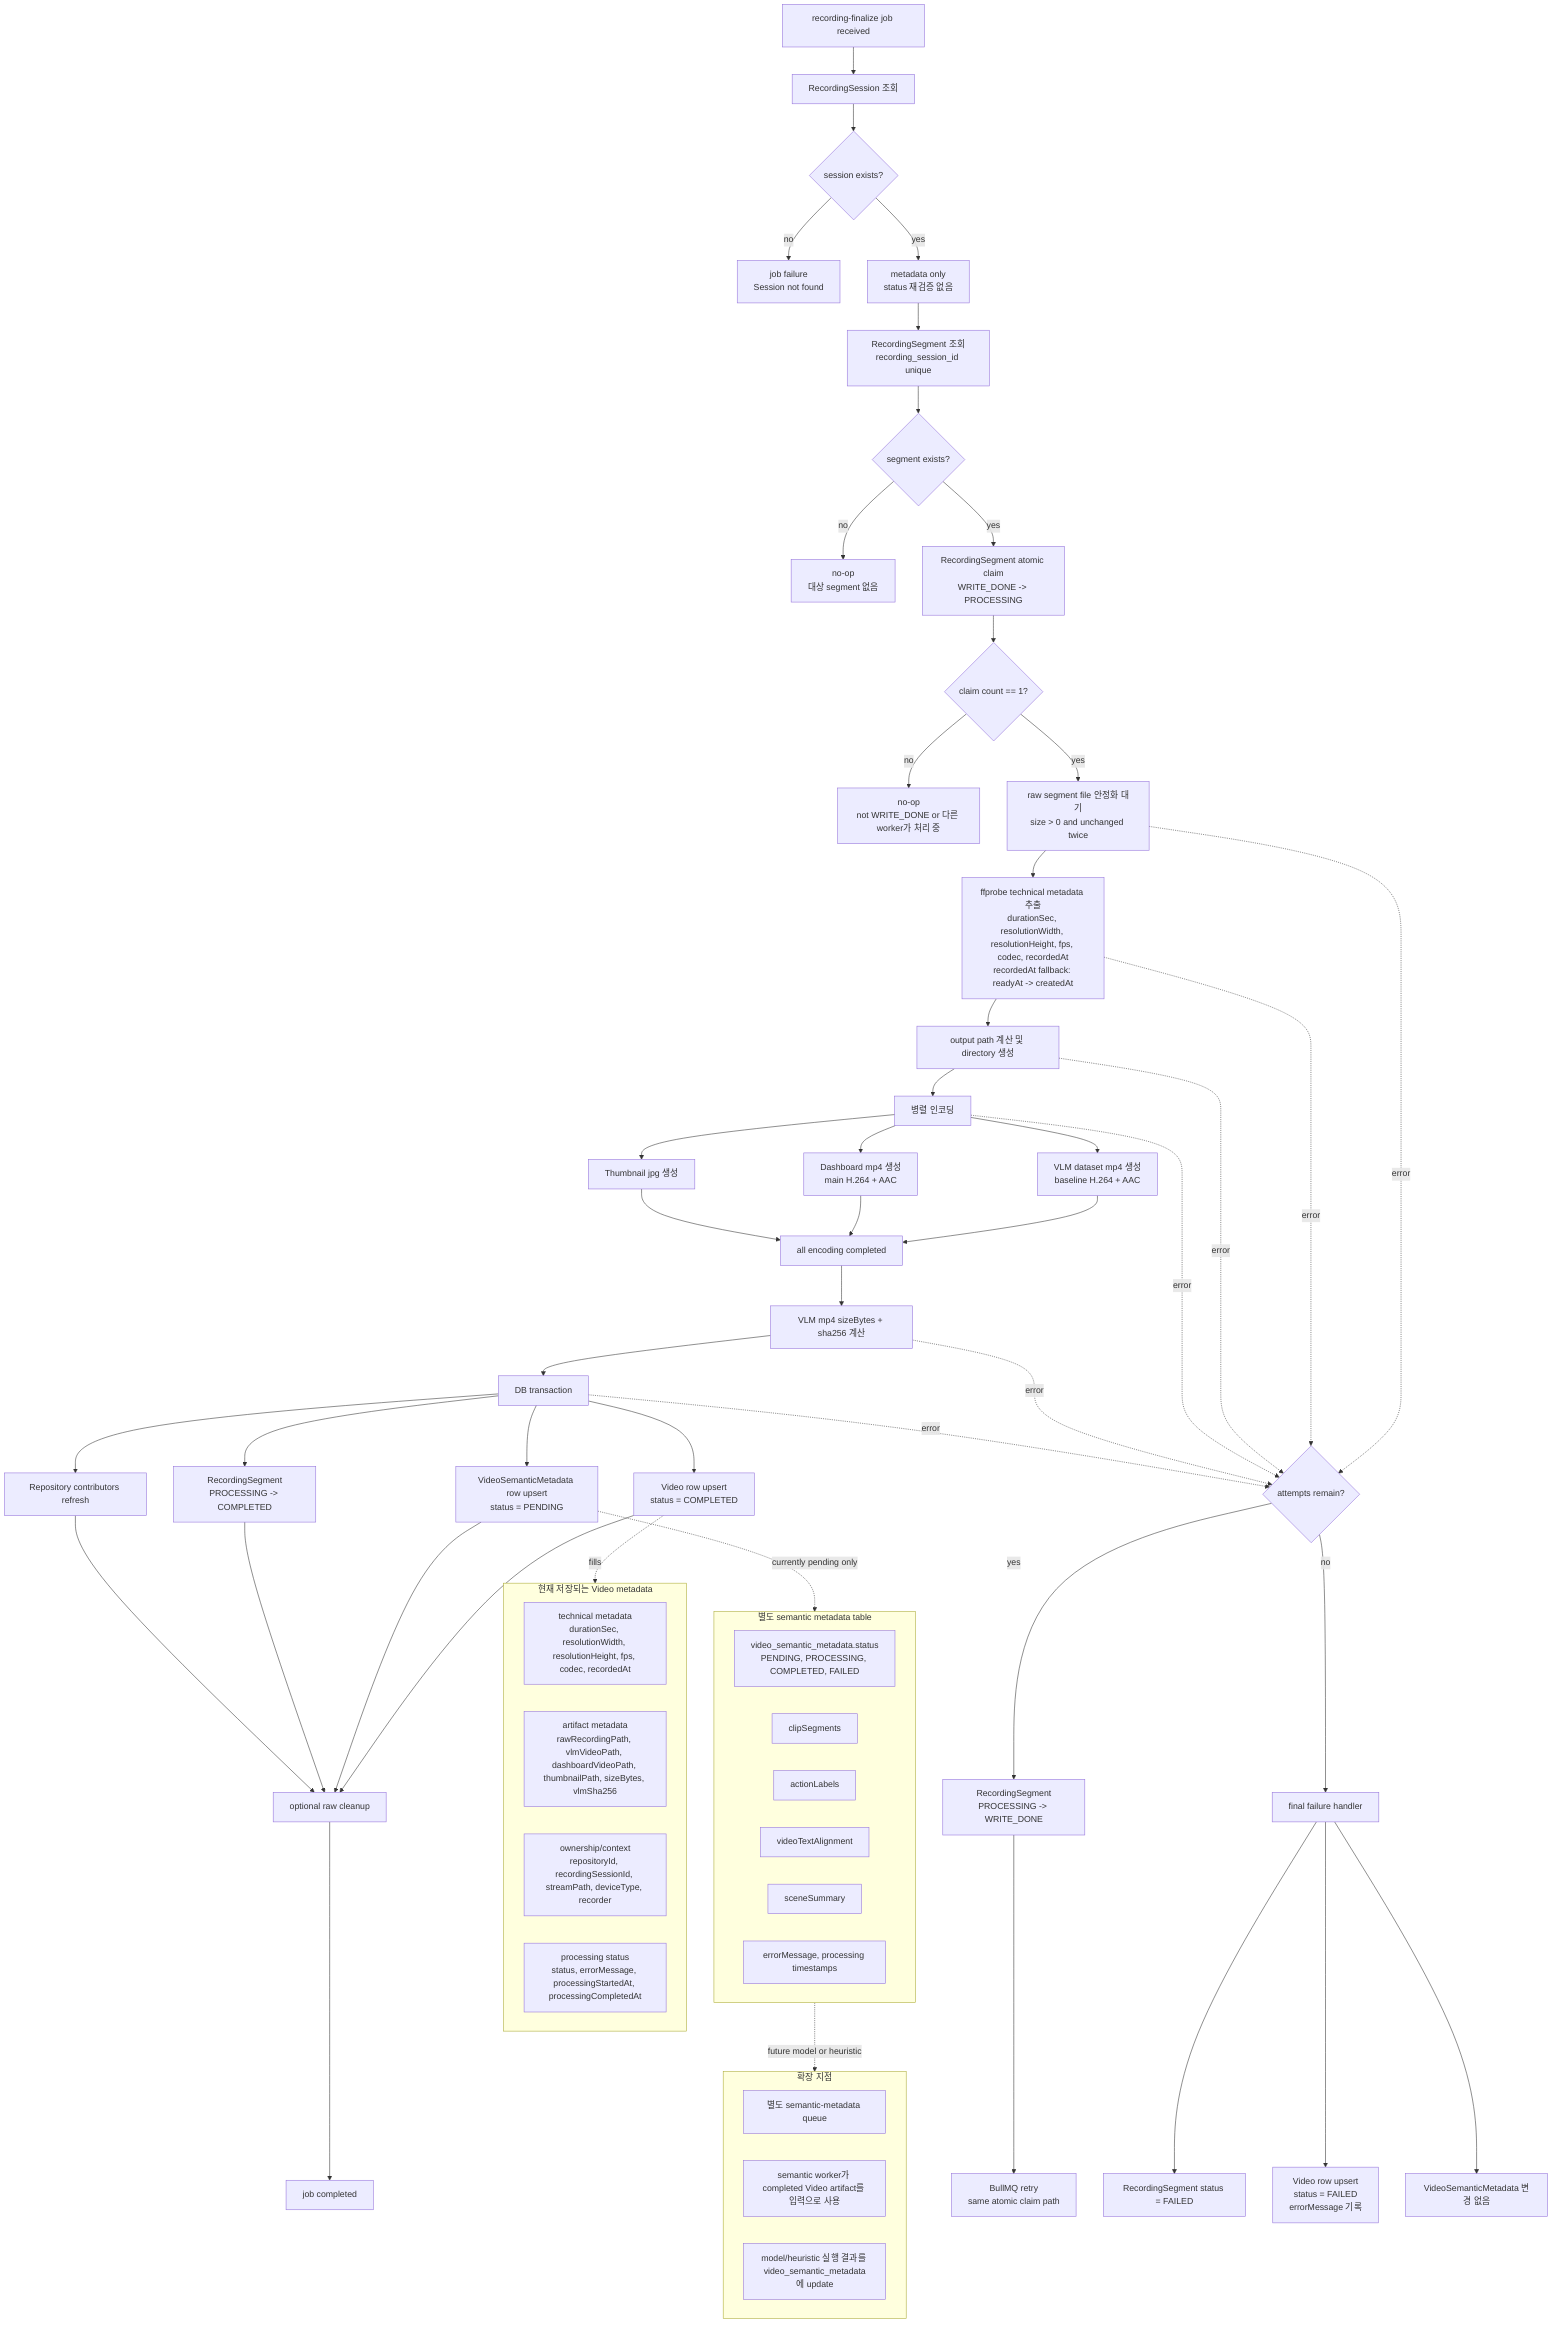
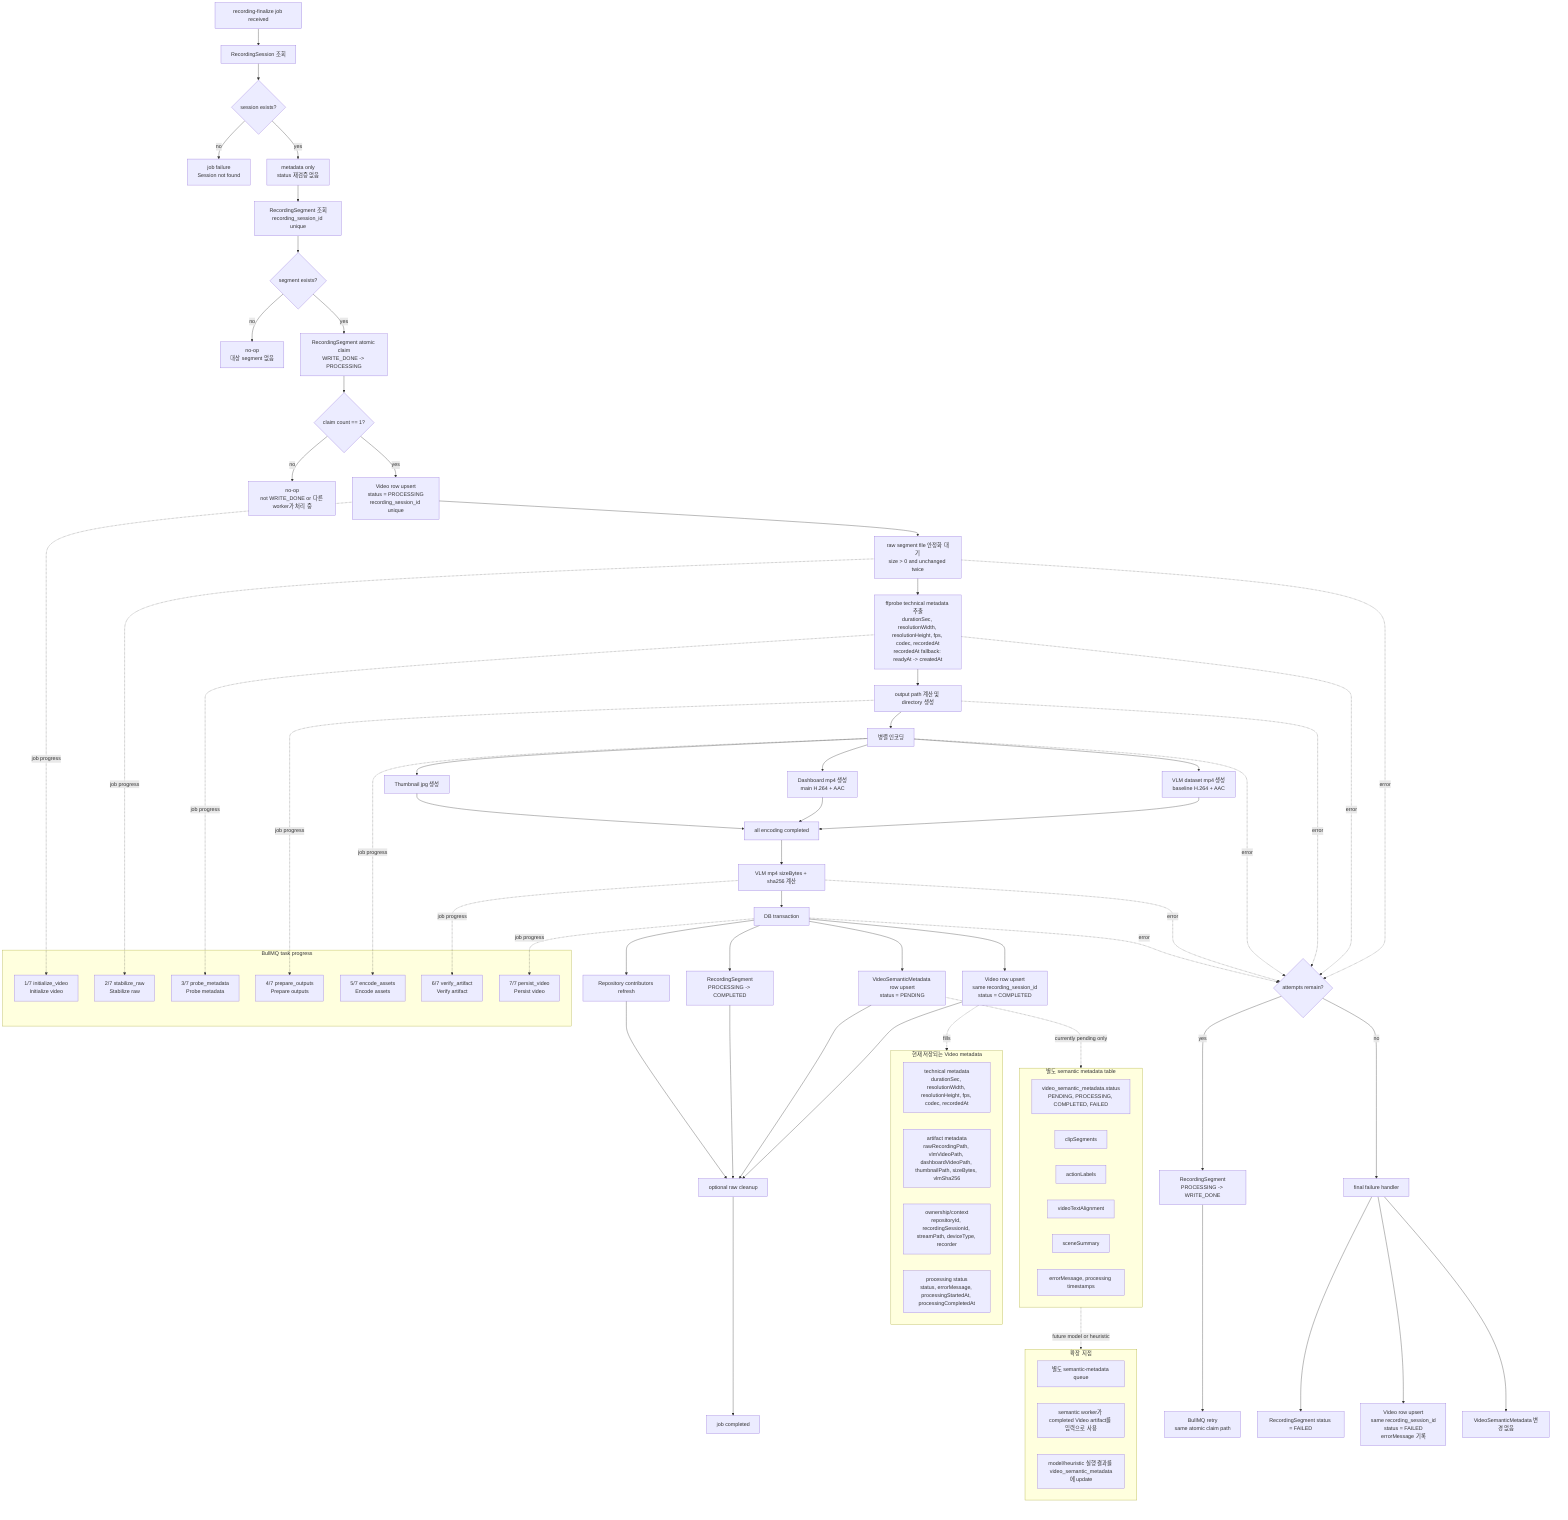
flowchart TD
  Start["recording-finalize job received"] --> SessionCheck["RecordingSession 조회"]
  SessionCheck --> SessionExists{"session exists?"}
  SessionExists -- "no" --> SessionFailure["job failure<br/>Session not found"]
  SessionExists -- "yes" --> SessionNote["metadata only<br/>status 재검증 없음"]
  SessionNote --> SegmentLookup["RecordingSegment 조회<br/>recording_session_id unique"]

  SegmentLookup --> SegmentExists{"segment exists?"}
  SegmentExists -- "no" --> NoopSegment["no-op<br/>대상 segment 없음"]
  SegmentExists -- "yes" --> Claim["RecordingSegment atomic claim<br/>WRITE_DONE -> PROCESSING"]

  Claim --> ClaimOk{"claim count == 1?"}
  ClaimOk -- "no" --> NoopClaim["no-op<br/>not WRITE_DONE or 다른 worker가 처리 중"]
-   ClaimOk -- "yes" --> RawStable["raw segment file 안정화 대기<br/>size > 0 and unchanged twice"]
+   ClaimOk -- "yes" --> ProcessingVideo["Video row upsert<br/>status = PROCESSING<br/>recording_session_id unique"]
+   ProcessingVideo --> RawStable["raw segment file 안정화 대기<br/>size > 0 and unchanged twice"]

  RawStable --> TechnicalProbe["ffprobe technical metadata 추출<br/>durationSec, resolutionWidth, resolutionHeight, fps, codec, recordedAt<br/>recordedAt fallback: readyAt -> createdAt"]
  TechnicalProbe --> OutputPaths["output path 계산 및 directory 생성"]
  OutputPaths --> ParallelEncode["병렬 인코딩"]

  ParallelEncode --> VlmMp4["VLM dataset mp4 생성<br/>baseline H.264 + AAC"]
  ParallelEncode --> DashboardMp4["Dashboard mp4 생성<br/>main H.264 + AAC"]
  ParallelEncode --> Thumbnail["Thumbnail jpg 생성"]

  VlmMp4 --> EncodingDone["all encoding completed"]
  DashboardMp4 --> EncodingDone
  Thumbnail --> EncodingDone
  EncodingDone --> Digest["VLM mp4 sizeBytes + sha256 계산"]
  Digest --> Persist["DB transaction"]

-   Persist --> VideoCreate["Video row upsert<br/>status = COMPLETED"]
+   Persist --> VideoCreate["Video row upsert<br/>same recording_session_id<br/>status = COMPLETED"]
  Persist --> SemanticPending["VideoSemanticMetadata row upsert<br/>status = PENDING"]
  Persist --> SegmentComplete["RecordingSegment<br/>PROCESSING -> COMPLETED"]
  Persist --> Contributors["Repository contributors refresh"]
  VideoCreate --> OptionalRawCleanup["optional raw cleanup"]
  SemanticPending --> OptionalRawCleanup
  SegmentComplete --> OptionalRawCleanup
  Contributors --> OptionalRawCleanup
  OptionalRawCleanup --> Done["job completed"]

  RawStable -. "error" .-> RetryDecision
  TechnicalProbe -. "error" .-> RetryDecision
  OutputPaths -. "error" .-> RetryDecision
  ParallelEncode -. "error" .-> RetryDecision
  Digest -. "error" .-> RetryDecision
  Persist -. "error" .-> RetryDecision

  RetryDecision{"attempts remain?"}
  RetryDecision -- "yes" --> Reset["RecordingSegment<br/>PROCESSING -> WRITE_DONE"]
  Reset --> QueueRetry["BullMQ retry<br/>same atomic claim path"]
  RetryDecision -- "no" --> FinalFailure["final failure handler"]
  FinalFailure --> SegmentFailed["RecordingSegment status = FAILED"]
-   FinalFailure --> FailedVideo["Video row upsert<br/>status = FAILED<br/>errorMessage 기록"]
+   FinalFailure --> FailedVideo["Video row upsert<br/>same recording_session_id<br/>status = FAILED<br/>errorMessage 기록"]
  FinalFailure --> SemanticUntouched["VideoSemanticMetadata 변경 없음"]
+ 
+   subgraph TaskProgress["BullMQ task progress"]
+     P1["1/7 initialize_video<br/>Initialize video"]
+     P2["2/7 stabilize_raw<br/>Stabilize raw"]
+     P3["3/7 probe_metadata<br/>Probe metadata"]
+     P4["4/7 prepare_outputs<br/>Prepare outputs"]
+     P5["5/7 encode_assets<br/>Encode assets"]
+     P6["6/7 verify_artifact<br/>Verify artifact"]
+     P7["7/7 persist_video<br/>Persist video"]
+   end
+ 
+   ProcessingVideo -. "job progress" .-> P1
+   RawStable -. "job progress" .-> P2
+   TechnicalProbe -. "job progress" .-> P3
+   OutputPaths -. "job progress" .-> P4
+   ParallelEncode -. "job progress" .-> P5
+   Digest -. "job progress" .-> P6
+   Persist -. "job progress" .-> P7

  subgraph CurrentMetadata["현재 저장되는 Video metadata"]
    M1["technical metadata<br/>durationSec, resolutionWidth, resolutionHeight, fps, codec, recordedAt"]
    M2["artifact metadata<br/>rawRecordingPath, vlmVideoPath, dashboardVideoPath, thumbnailPath, sizeBytes, vlmSha256"]
    M3["ownership/context<br/>repositoryId, recordingSessionId, streamPath, deviceType, recorder"]
    M4["processing status<br/>status, errorMessage, processingStartedAt, processingCompletedAt"]
  end

  subgraph SemanticTable["별도 semantic metadata table"]
    N0["video_semantic_metadata.status<br/>PENDING, PROCESSING, COMPLETED, FAILED"]
    N1["clipSegments"]
    N2["actionLabels"]
    N3["videoTextAlignment"]
    N4["sceneSummary"]
    N5["errorMessage, processing timestamps"]
  end

  VideoCreate -. "fills" .-> CurrentMetadata
  SemanticPending -. "currently pending only" .-> SemanticTable

  subgraph ExtensionPoint["확장 지점"]
    E1["별도 semantic-metadata queue"]
    E2["semantic worker가 completed Video artifact를 입력으로 사용"]
    E3["model/heuristic 실행 결과를 video_semantic_metadata에 update"]
  end

  SemanticTable -. "future model or heuristic" .-> ExtensionPoint

%% 참고:
%% 이 문서는 현재 worker processing의 실제 구현 상태를 정리한다.
%% finalize queue option은 attempts=3, exponential backoff delay=5000ms,
%% removeOnComplete=1000, removeOnFail=2000이다.
%% worker는 session row 존재만 확인하고 status는 재검증하지 않는다.
+ %% worker가 WRITE_DONE -> PROCESSING claim에 성공하면 expensive processing 전에
+ %% Video row를 PROCESSING으로 upsert한다. 이 row가 repository detail의 processing item으로 노출된다.
+ %% processing_progress는 DB column이 아니라 BullMQ job.progress 값이다.
+ %% API shape: { current_step, total_steps, task, label }.
+ %% retry가 발생해도 같은 recording_session_id unique key를 사용하므로 같은 Video row가 PROCESSING으로 재사용된다.
%% 현재 recording-finalize worker는 VLM 연구용 mp4 파일은 생성하지만,
%% VLM/semantic metadata를 생성하거나 모델을 호출하지 않는다.
- %% 현재 Video.status=COMPLETED는 playable/generated artifacts 생성 완료를 의미한다.
+ %% 현재 Video.status=PROCESSING은 generated artifacts 생성 중,
+ %% COMPLETED는 playable/generated artifacts 생성 완료를 의미한다.
%% semantic metadata 완성 여부를 의미하지 않는다.
%% 현재 worker가 채우는 metadata는 ffprobe 기반 technical metadata,
%% artifact path, VLM mp4 size/checksum, recorder/context, processing timestamps다.
%% semantic metadata는 videos table이 아니라 video_semantic_metadata table에서 관리한다.
%% finalize 성공 시 semantic metadata row는 PENDING으로 준비되며,
%% clipSegments, actionLabels, videoTextAlignment, sceneSummary는 아직 null이다.
%% 향후 VLM model 또는 heuristic은 별도 semantic worker가 별도 transaction에서 실행한다.
%% 이유: video artifact 생성 실패와 semantic metadata 생성 실패를 같은 failure domain으로 묶지 않기 위해서다.
%% semantic metadata 실패는 Video.status를 FAILED로 바꾸지 않는다.
